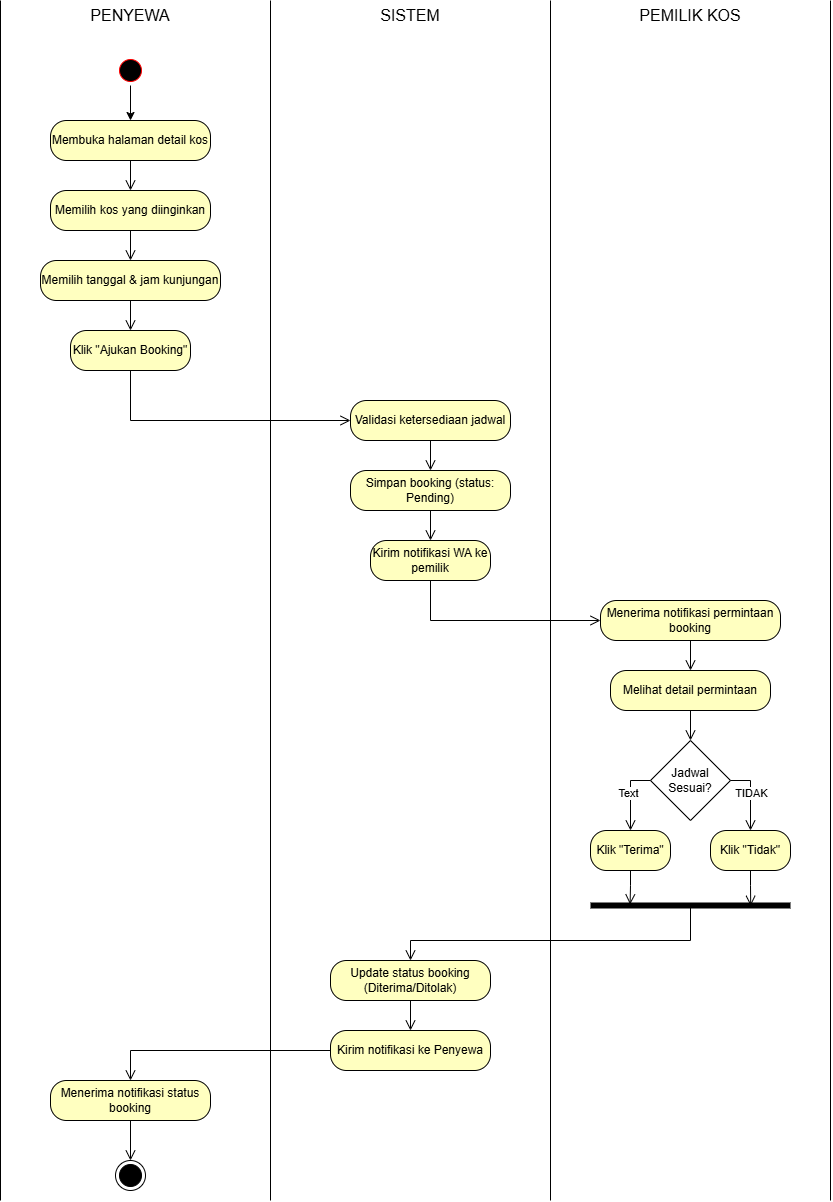
Pancar-ws/Mangu-Project keeps this draw.io diagram as Analisis Desain Sistem/Last Dance/diagram/act-boooking-kunjungan.png. Above is the earlier version. Source tidied: cells renumbered, new cells last; positions are measured from the earlier drawing's top-left corner, leaving out a move shared by most shapes.
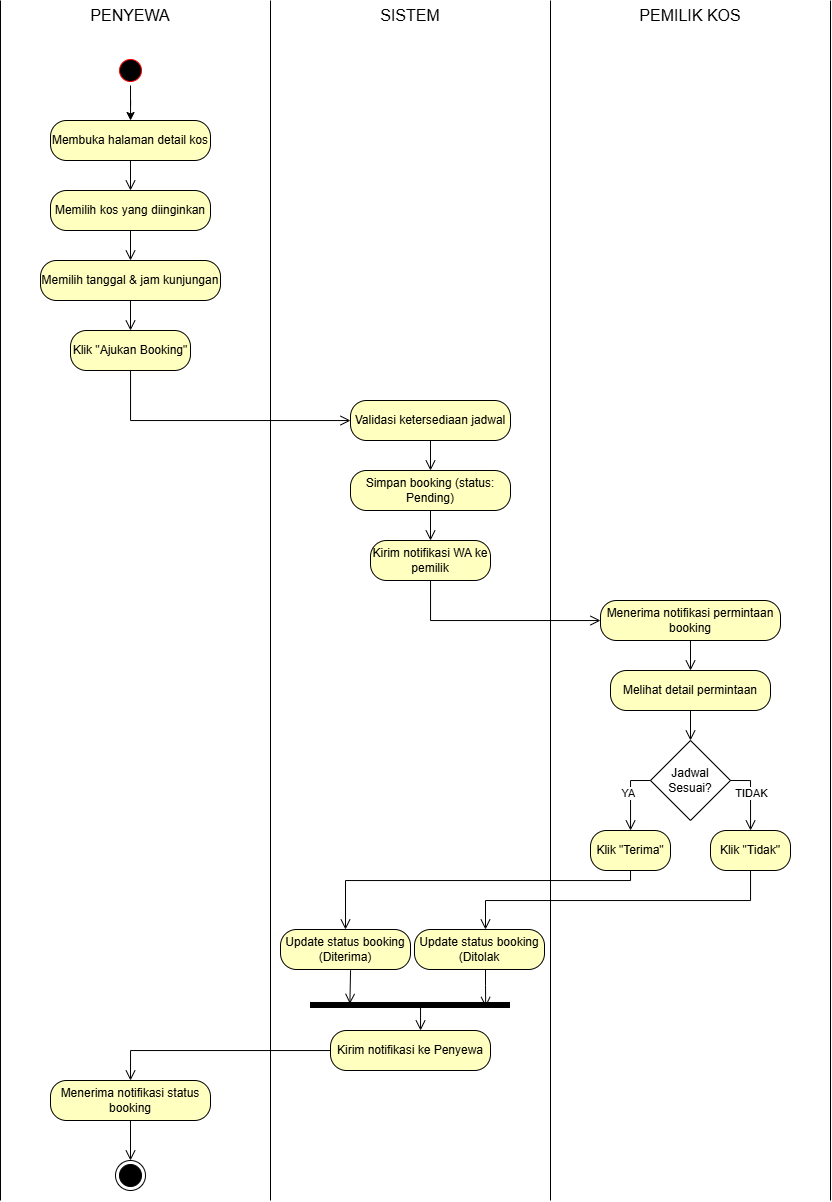
Above is the later version.

What changed in the source:
```diff
@@ -105,7 +105,7 @@
         </Array>
       </mxGeometry>
     </mxCell>
-    <mxCell id="28" value="Text" style="edgeLabel;html=1;align=center;verticalAlign=middle;" parent="27" vertex="1">
+    <mxCell id="28" value="YA" style="edgeLabel;html=1;align=center;verticalAlign=middle;" parent="27" vertex="1">
       <mxGeometry x="-0.07" y="-2" relative="1" as="geometry" />
     </mxCell>
     <mxCell id="29" style="edgeStyle=orthogonalEdgeStyle;html=1;verticalAlign=bottom;endArrow=open;endSize=8;strokeColor=light-dark(#000000,#FFFFFF);rounded=0;exitX=1;exitY=0.5;exitDx=0;exitDy=0;" parent="1" edge="1" source="8" target="39">
@@ -121,45 +121,44 @@
     <mxCell id="31" style="edgeStyle=orthogonalEdgeStyle;rounded=0;orthogonalLoop=1;jettySize=auto;html=1;exitX=0.5;exitY=1;exitDx=0;exitDy=0;" parent="1" edge="1" source="8" target="8">
       <mxGeometry relative="1" as="geometry" />
     </mxCell>
-    <mxCell id="32" style="shape=line;html=1;strokeWidth=6;strokeColor=light-dark(#000000,#FFFFFF);" parent="1" vertex="1">
-      <mxGeometry x="590" y="900" width="200" height="10" as="geometry" />
-    </mxCell>
-    <mxCell id="33" style="edgeStyle=orthogonalEdgeStyle;html=1;verticalAlign=bottom;endArrow=open;endSize=8;strokeColor=light-dark(#000000,#FFFFFF);rounded=0;exitX=0.5;exitY=0.66;exitDx=0;exitDy=0;exitPerimeter=0;" parent="1" edge="1" source="32" target="37">
-      <mxGeometry relative="1" as="geometry">
-        <Array as="points">
-          <mxPoint x="690" y="940" />
-          <mxPoint x="410" y="940" />
-        </Array>
-      </mxGeometry>
-    </mxCell>
-    <mxCell id="34" style="endArrow=open;html=1;rounded=0;exitX=0.5;exitY=1;exitDx=0;exitDy=0;entryX=0.5;entryY=0;entryDx=0;entryDy=0;endFill=0;" parent="1" edge="1" source="x">
-      <mxGeometry relative="1" as="geometry">
-        <mxPoint x="410" y="1120" as="targetPoint" />
-      </mxGeometry>
-    </mxCell>
     <mxCell id="35" value="Kirim notifikasi ke Penyewa" style="rounded=1;whiteSpace=wrap;html=1;arcSize=40;fontColor=#000000;fillColor=#ffffc0;strokeColor=light-dark(#000000,#FFFFFF);" parent="1" vertex="1">
       <mxGeometry x="330" y="1030" width="160" height="40" as="geometry" />
     </mxCell>
     <mxCell id="36" style="edgeStyle=orthogonalEdgeStyle;html=1;verticalAlign=bottom;endArrow=open;endSize=8;strokeColor=light-dark(#000000,#FFFFFF);rounded=0;entryX=0.5;entryY=0;entryDx=0;entryDy=0;" parent="1" edge="1" source="35" target="43">
       <mxGeometry relative="1" as="geometry" />
     </mxCell>
-    <mxCell id="37" value="Update status booking (Diterima/Ditolak)" style="rounded=1;whiteSpace=wrap;html=1;arcSize=40;fontColor=#000000;fillColor=#ffffc0;strokeColor=light-dark(#000000,#FFFFFF);" parent="1" vertex="1">
-      <mxGeometry x="330" y="960" width="160" height="40" as="geometry" />
+    <mxCell id="37" value="Update status booking (Diterima)" style="rounded=1;whiteSpace=wrap;html=1;arcSize=40;fontColor=#000000;fillColor=#ffffc0;strokeColor=light-dark(#000000,#FFFFFF);" parent="1" vertex="1">
+      <mxGeometry x="280" y="929" width="130" height="40" as="geometry" />
     </mxCell>
-    <mxCell id="38" style="edgeStyle=orthogonalEdgeStyle;html=1;verticalAlign=bottom;endArrow=open;endSize=8;strokeColor=light-dark(#000000,#FFFFFF);rounded=0;" parent="1" edge="1" source="37" target="35">
-      <mxGeometry relative="1" as="geometry" />
+    <mxCell id="38" style="edgeStyle=orthogonalEdgeStyle;html=1;verticalAlign=bottom;endArrow=open;endSize=8;strokeColor=light-dark(#000000,#FFFFFF);rounded=0;entryX=0.197;entryY=0.336;entryDx=0;entryDy=0;entryPerimeter=0;" parent="1" edge="1" source="37" target="49">
+      <mxGeometry relative="1" as="geometry">
+        <Array as="points">
+          <mxPoint x="350" y="970" />
+          <mxPoint x="349" y="970" />
+        </Array>
+      </mxGeometry>
     </mxCell>
     <mxCell id="39" value="Klik &quot;Tidak&quot;" style="rounded=1;whiteSpace=wrap;html=1;arcSize=40;fontColor=#000000;fillColor=#ffffc0;strokeColor=light-dark(#000000,#FFFFFF);" parent="1" vertex="1">
       <mxGeometry x="710" y="830" width="80" height="40" as="geometry" />
     </mxCell>
-    <mxCell id="40" style="edgeStyle=orthogonalEdgeStyle;html=1;verticalAlign=bottom;endArrow=open;endSize=8;strokeColor=light-dark(#000000,#FFFFFF);rounded=0;entryX=0.801;entryY=0.53;entryDx=0;entryDy=0;entryPerimeter=0;" parent="1" edge="1" source="39" target="32">
-      <mxGeometry relative="1" as="geometry" />
+    <mxCell id="40" style="edgeStyle=orthogonalEdgeStyle;html=1;verticalAlign=bottom;endArrow=open;endSize=8;strokeColor=light-dark(#000000,#FFFFFF);rounded=0;" parent="1" edge="1" source="39" target="50">
+      <mxGeometry relative="1" as="geometry">
+        <Array as="points">
+          <mxPoint x="750" y="900" />
+          <mxPoint x="485" y="900" />
+        </Array>
+      </mxGeometry>
     </mxCell>
     <mxCell id="41" value="Klik &quot;Terima&quot;" style="rounded=1;whiteSpace=wrap;html=1;arcSize=40;fontColor=#000000;fillColor=#ffffc0;strokeColor=light-dark(#000000,#FFFFFF);" parent="1" vertex="1">
       <mxGeometry x="590" y="830" width="80" height="40" as="geometry" />
     </mxCell>
-    <mxCell id="42" style="edgeStyle=orthogonalEdgeStyle;html=1;verticalAlign=bottom;endArrow=open;endSize=8;strokeColor=light-dark(#000000,#FFFFFF);rounded=0;entryX=0.198;entryY=0.393;entryDx=0;entryDy=0;entryPerimeter=0;" parent="1" edge="1" source="41" target="32">
-      <mxGeometry relative="1" as="geometry" />
+    <mxCell id="42" style="edgeStyle=orthogonalEdgeStyle;html=1;verticalAlign=bottom;endArrow=open;endSize=8;strokeColor=light-dark(#000000,#FFFFFF);rounded=0;" parent="1" edge="1" source="41" target="37">
+      <mxGeometry relative="1" as="geometry">
+        <Array as="points">
+          <mxPoint x="630" y="880" />
+          <mxPoint x="345" y="880" />
+        </Array>
+      </mxGeometry>
     </mxCell>
     <mxCell id="43" value="Menerima notifikasi status booking" style="rounded=1;whiteSpace=wrap;html=1;arcSize=40;fontColor=#000000;fillColor=#ffffc0;strokeColor=light-dark(#000000,#FFFFFF);" parent="1" vertex="1">
       <mxGeometry x="50" y="1080" width="160" height="40" as="geometry" />
@@ -179,5 +178,26 @@
     <mxCell id="48" value="&lt;span style=&quot;font-size: 16px;&quot;&gt;SISTEM&lt;/span&gt;" style="text;html=1;whiteSpace=wrap;strokeColor=none;fillColor=none;align=center;verticalAlign=middle;rounded=0;" parent="1" vertex="1">
       <mxGeometry x="365" width="90" height="30" as="geometry" />
     </mxCell>
+    <mxCell id="49" style="shape=line;html=1;strokeWidth=6;strokeColor=light-dark(#000000,#FFFFFF);" parent="1" vertex="1">
+      <mxGeometry x="310" y="1000" width="200" height="10" as="geometry" />
+    </mxCell>
+    <mxCell id="50" value="Update status booking (Ditolak" style="rounded=1;whiteSpace=wrap;html=1;arcSize=40;fontColor=#000000;fillColor=#ffffc0;strokeColor=light-dark(#000000,#FFFFFF);" parent="1" vertex="1">
+      <mxGeometry x="414" y="929" width="130" height="40" as="geometry" />
+    </mxCell>
+    <mxCell id="51" style="edgeStyle=orthogonalEdgeStyle;html=1;verticalAlign=bottom;endArrow=open;endSize=8;strokeColor=light-dark(#000000,#FFFFFF);rounded=0;entryX=0.876;entryY=0.647;entryDx=0;entryDy=0;entryPerimeter=0;" parent="1" edge="1" source="50" target="49">
+      <mxGeometry relative="1" as="geometry">
+        <Array as="points">
+          <mxPoint x="485" y="985" />
+          <mxPoint x="485" y="985" />
+        </Array>
+      </mxGeometry>
+    </mxCell>
+    <mxCell id="52" style="edgeStyle=orthogonalEdgeStyle;html=1;verticalAlign=bottom;endArrow=open;endSize=8;strokeColor=light-dark(#000000,#FFFFFF);rounded=0;exitX=0.544;exitY=0.707;exitDx=0;exitDy=0;exitPerimeter=0;" parent="1" edge="1" source="49" target="35">
+      <mxGeometry relative="1" as="geometry">
+        <Array as="points">
+          <mxPoint x="420" y="1007" />
+        </Array>
+      </mxGeometry>
+    </mxCell>
   </root>
 </mxGraphModel>
```
